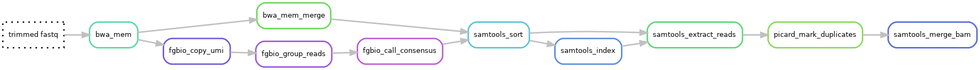
genomic-medicine-sweden/Twist_Solid keeps this Graphviz diagram as docs/images/alignment.png. Above is the earlier version. Its source is kept beside it as docs/images/alignment.dot.
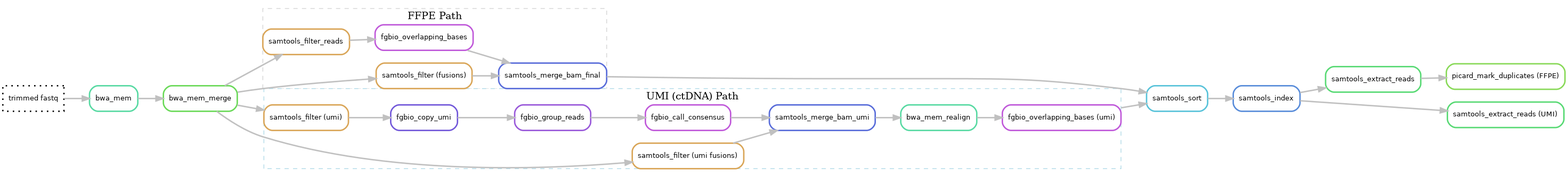
After the commit.

Commit message:
feat: added fgbio_call_overlapping_consensus_bases for both ffpe and ctDNA

The edit, as a diff of the source:
```diff
@@ -1,31 +1,75 @@
 digraph snakemake_dag {
     rankdir=LR;
     graph[bgcolor=white, margin=0];
-    node[shape=box, style=rounded, fontname=sans,                 fontsize=10, penwidth=2];
+    node[shape=box, style=rounded, fontname=sans, fontsize=10, penwidth=2];
     edge[penwidth=2, color=grey];
-	0[label = "samtools_merge_bam", color = "0.64 0.6 0.85", style="rounded"];
-	1[label = "picard_mark_duplicates", color = "0.27 0.6 0.85", style="rounded"];
-	2[label = "samtools_extract_reads", color = "0.37 0.6 0.85", style="rounded"];
-	3[label = "samtools_sort", color = "0.53 0.6 0.85", style="rounded"];
-	4[label = "bwa_mem_merge", color = "0.31 0.6 0.85", style="rounded"];
-	5[label = "bwa_mem", color = "0.43 0.6 0.85", style="rounded"];
-	7[label = "samtools_index", color = "0.60 0.6 0.85", style="rounded"];
-	8[label = "trimmed fastq", color = "0.0 0.0 0.0", style="dotted"];
-	1 -> 0
-	2 -> 1
-	3 -> 2
-	7 -> 2
-	4 -> 3
-	5 -> 4
-	3 -> 7
-	8 -> 5
 
-	20[label = "fgbio_copy_umi", color = "0.70 0.6 0.85", style="rounded"];
-	21[label = "fgbio_group_reads", color = "0.75 0.6 0.85", style="rounded"];
-	22[label = "fgbio_call_consensus", color = "0.80 0.6 0.85", style="rounded"];
+    8[label = "trimmed fastq", color = "0.0 0.0 0.0", style="dotted"];
 
-	5 -> 20
-	20 -> 21
-	21 -> 22
-	22 -> 3
+    5[label = "bwa_mem", color = "0.43 0.6 0.85", style="rounded"];
+    4[label = "bwa_mem_merge", color = "0.31 0.6 0.85", style="rounded"];
+
+    8 -> 5
+    5 -> 4
+
+    subgraph cluster_ffpe {
+        label = "FFPE Path";
+        color = lightgrey;
+        style = dashed;
+
+        f1[label = "samtools_filter_reads", color = "0.1 0.6 0.85", style="rounded"];
+        f1f[label = "samtools_filter (fusions)", color = "0.1 0.6 0.85", style="rounded"];
+        o1[label = "fgbio_overlapping_bases", color = "0.80 0.6 0.85", style="rounded"];
+        m1[label = "samtools_merge_bam_final", color = "0.64 0.6 0.85", style="rounded"];
+
+        f1 -> o1
+        o1 -> m1
+        f1f -> m1
+    }
+
+    subgraph cluster_umi {
+        label = "UMI (ctDNA) Path";
+        color = lightblue;
+        style = dashed;
+
+        f2[label = "samtools_filter (umi)", color = "0.1 0.6 0.85", style="rounded"];
+        f2f[label = "samtools_filter (umi fusions)", color = "0.1 0.6 0.85", style="rounded"];
+        20[label = "fgbio_copy_umi", color = "0.70 0.6 0.85", style="rounded"];
+        21[label = "fgbio_group_reads", color = "0.75 0.6 0.85", style="rounded"];
+        22[label = "fgbio_call_consensus", color = "0.80 0.6 0.85", style="rounded"];
+        m2[label = "samtools_merge_bam_umi", color = "0.64 0.6 0.85", style="rounded"];
+        re[label = "bwa_mem_realign", color = "0.43 0.6 0.85", style="rounded"];
+        o2[label = "fgbio_overlapping_bases (umi)", color = "0.80 0.6 0.85", style="rounded"];
+
+        f2 -> 20
+        20 -> 21
+        21 -> 22
+        22 -> m2
+        f2f -> m2
+        m2 -> re
+        re -> o2
+    }
+
+    4 -> f1
+    4 -> f1f
+    4 -> f2
+    4 -> f2f
+
+    3[label = "samtools_sort", color = "0.53 0.6 0.85", style="rounded"];
+    7[label = "samtools_index", color = "0.60 0.6 0.85", style="rounded"];
+
+    m1 -> 3
+    o2 -> 3
+    3 -> 7
+
+    ex1[label = "samtools_extract_reads", color = "0.37 0.6 0.85", style="rounded"];
+    ex2[label = "samtools_extract_reads (UMI)", color = "0.37 0.6 0.85", style="rounded"];
+    1[label = "picard_mark_duplicates (FFPE)", color = "0.27 0.6 0.85", style="rounded"];
+
+    7 -> ex1
+    7 -> ex2
+    ex1 -> 1
+
+    { rank = same; 1; ex2; }
 }
+
```
